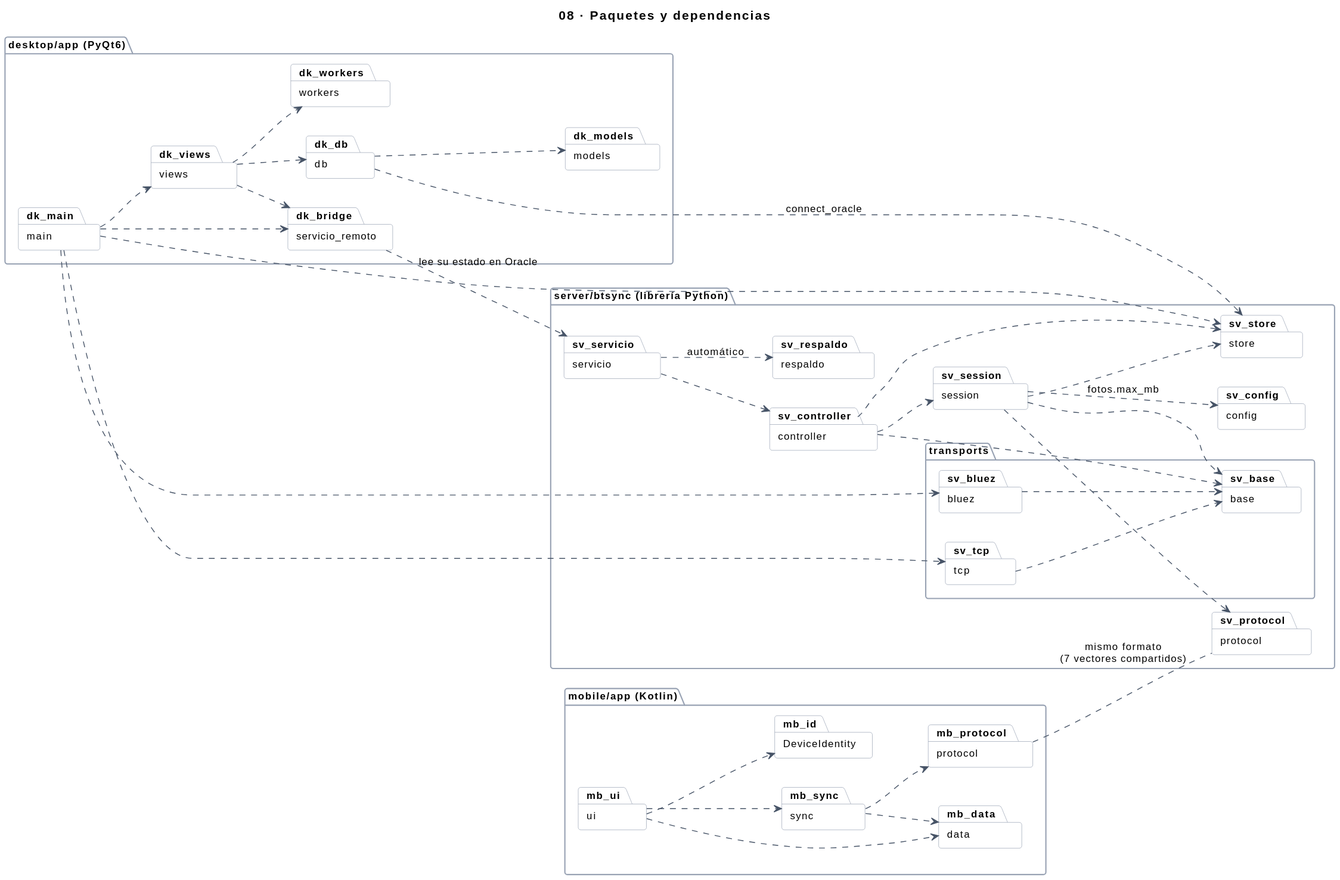
The PlantUML diagram docs/img/uml/08-paquetes.svg in sebas-archive/kardex-bt, before a commit.
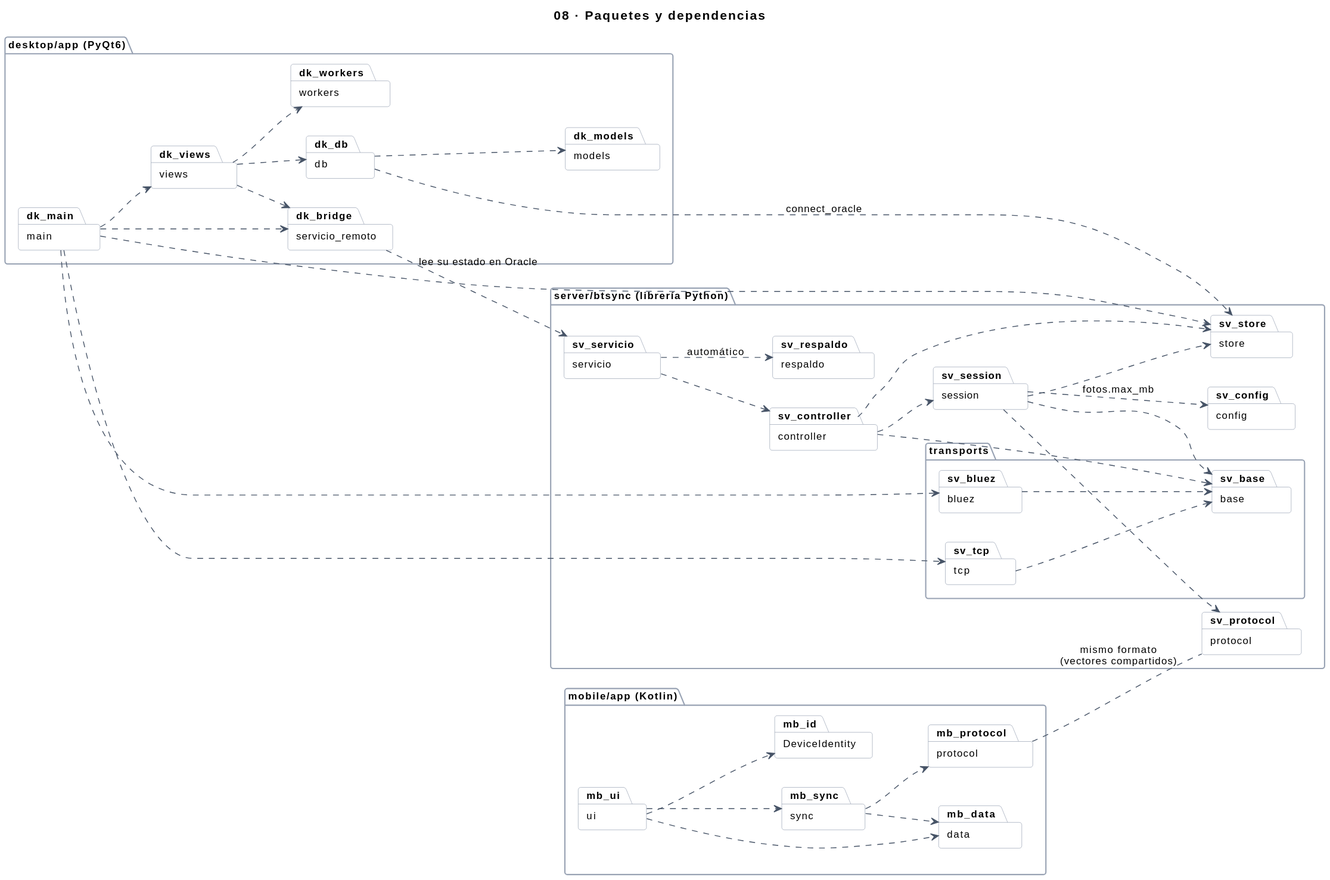
The same diagram one commit later.

Change to the diagram source:
```diff
@@ -65,5 +65,5 @@
 mb_sync ..> mb_protocol
 mb_sync ..> mb_data
 
-mb_protocol .. sv_protocol : mismo formato\n(7 vectores compartidos)
+mb_protocol .. sv_protocol : mismo formato\n(vectores compartidos)
 @enduml
```
